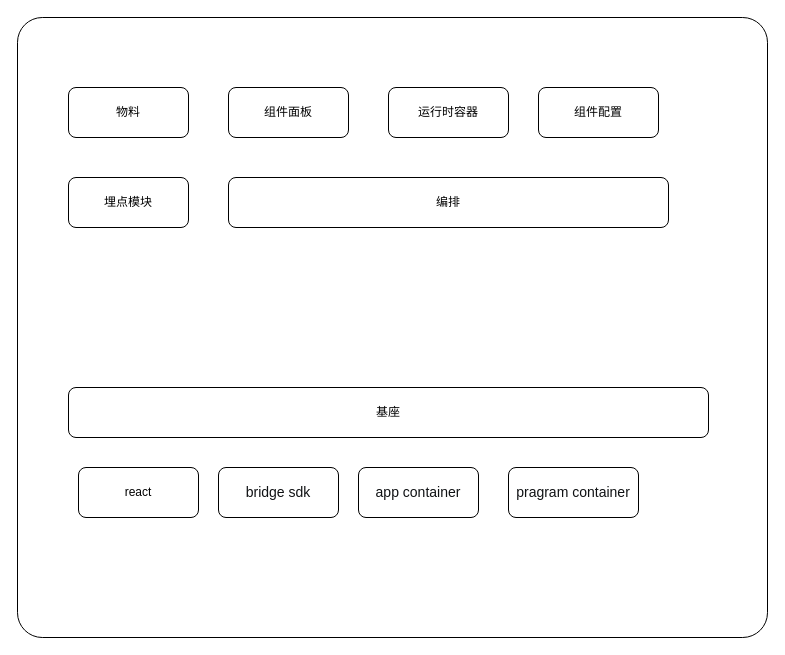
This is 未命名绘图.drawio from wt9213/wt9213.github.io, a draw.io file, before an edit. Source tidied: cells renumbered, new cells numbered last; positions are measured from the earlier drawing's top-left corner, leaving out a move shared by most shapes. Both pictures are drawn from the tidied source at 100%, with x=0, y=0 at pixel (17, 17).
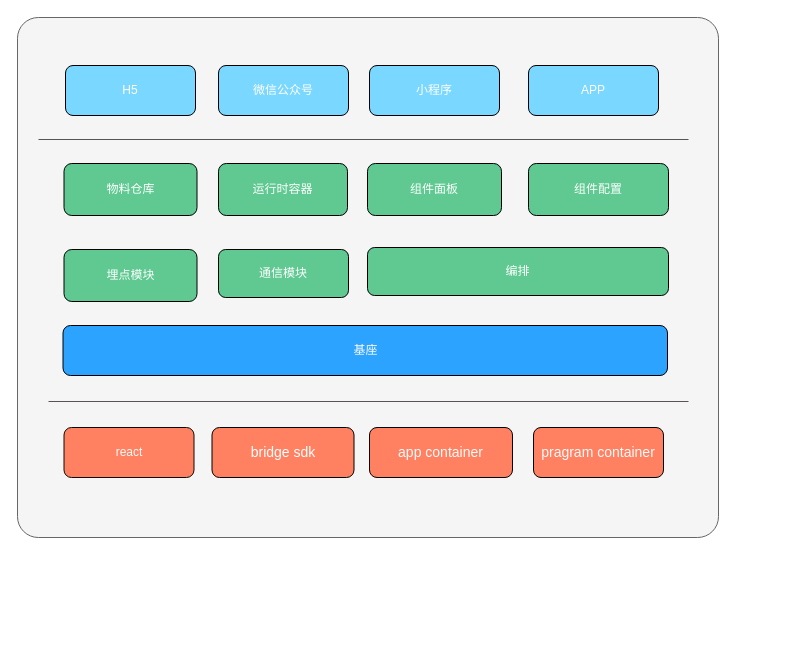
The same diagram, later.

Commit message:
更新未命名绘图.drawio

Diff of the diagram source:
```diff
@@
-    <mxCell id="2" style="whiteSpace=wrap;html=1;rounded=1;arcSize=4;" parent="1" vertex="1">
-      <mxGeometry width="750" height="620" as="geometry" />
+    <mxCell id="2" style="whiteSpace=wrap;html=1;rounded=1;arcSize=4;fillColor=#f5f5f5;strokeColor=#666666;fontColor=#333333;" parent="1" vertex="1">
+      <mxGeometry width="701" height="520" as="geometry" />
     </mxCell>
-    <mxCell id="3" value="物料" style="rounded=1;whiteSpace=wrap;html=1;" parent="1" vertex="1">
-      <mxGeometry x="51" y="70" width="120" height="50" as="geometry" />
+    <mxCell id="3" value="物料仓库" style="rounded=1;whiteSpace=wrap;html=1;fillColor=#5FC991;fontColor=#FFFFFF;" parent="1" vertex="1">
+      <mxGeometry x="46.5" y="146" width="133" height="52" as="geometry" />
     </mxCell>
-    <mxCell id="4" value="埋点模块" style="rounded=1;whiteSpace=wrap;html=1;" parent="1" vertex="1">
-      <mxGeometry x="51" y="160" width="120" height="50" as="geometry" />
+    <mxCell id="4" value="&lt;font color=&quot;#ffffff&quot;&gt;埋点模块&lt;/font&gt;" style="rounded=1;whiteSpace=wrap;html=1;fillColor=#5FC991;" parent="1" vertex="1">
+      <mxGeometry x="46.5" y="232" width="133" height="52" as="geometry" />
     </mxCell>
-    <mxCell id="5" value="编排" style="rounded=1;whiteSpace=wrap;html=1;" parent="1" vertex="1">
-      <mxGeometry x="211" y="160" width="440" height="50" as="geometry" />
+    <mxCell id="5" value="&lt;font color=&quot;#ffffff&quot;&gt;编排&lt;/font&gt;" style="rounded=1;whiteSpace=wrap;html=1;fillColor=#5FC991;" parent="1" vertex="1">
+      <mxGeometry x="350" y="230" width="301" height="48" as="geometry" />
     </mxCell>
-    <mxCell id="6" value="基座" style="rounded=1;whiteSpace=wrap;html=1;" parent="1" vertex="1">
-      <mxGeometry x="51" y="370" width="640" height="50" as="geometry" />
+    <mxCell id="6" value="基座" style="rounded=1;whiteSpace=wrap;html=1;fillColor=#2BA3FF;fontColor=#FFFAFA;" parent="1" vertex="1">
+      <mxGeometry x="45.5" y="308" width="604.5" height="50" as="geometry" />
     </mxCell>
-    <mxCell id="7" value="react" style="rounded=1;whiteSpace=wrap;html=1;" parent="1" vertex="1">
-      <mxGeometry x="61" y="450" width="120" height="50" as="geometry" />
+    <mxCell id="7" value="&lt;font color=&quot;#fffafa&quot;&gt;react&lt;/font&gt;" style="rounded=1;whiteSpace=wrap;html=1;strokeColor=#0D0A04;fillColor=#FF8161;" parent="1" vertex="1">
+      <mxGeometry x="46.5" y="410" width="130" height="50" as="geometry" />
     </mxCell>
-    <mxCell id="8" value="&lt;span style=&quot;background-color: rgb(255, 255, 255); color: rgb(16, 18, 20); font-family: &amp;quot;PingFang SC&amp;quot;; font-size: 10.5pt; letter-spacing: 0pt; text-align: left;&quot;&gt;bridge sdk&lt;/span&gt;" style="rounded=1;whiteSpace=wrap;html=1;" parent="1" vertex="1">
-      <mxGeometry x="201" y="450" width="120" height="50" as="geometry" />
+    <mxCell id="8" value="&lt;span style=&quot;font-family: &amp;quot;PingFang SC&amp;quot;; font-size: 10.5pt; letter-spacing: 0pt; text-align: left;&quot;&gt;&lt;font color=&quot;#ffffff&quot;&gt;bridge sdk&lt;/font&gt;&lt;/span&gt;" style="rounded=1;whiteSpace=wrap;html=1;fillColor=#FF8161;" parent="1" vertex="1">
+      <mxGeometry x="194.5" y="410" width="142" height="50" as="geometry" />
     </mxCell>
-    <mxCell id="9" value="&lt;div style=&quot;text-align: left;&quot;&gt;&lt;font face=&quot;PingFang SC&quot; color=&quot;#101214&quot;&gt;&lt;span style=&quot;font-size: 14px; background-color: rgb(255, 255, 255);&quot;&gt;app container&lt;/span&gt;&lt;/font&gt;&lt;/div&gt;" style="rounded=1;whiteSpace=wrap;html=1;" parent="1" vertex="1">
-      <mxGeometry x="341" y="450" width="120" height="50" as="geometry" />
+    <mxCell id="9" value="&lt;div style=&quot;text-align: left;&quot;&gt;&lt;font color=&quot;#fffafa&quot; face=&quot;PingFang SC&quot;&gt;&lt;span style=&quot;font-size: 14px;&quot;&gt;app container&lt;/span&gt;&lt;/font&gt;&lt;/div&gt;" style="rounded=1;whiteSpace=wrap;html=1;fillColor=#FF8161;" parent="1" vertex="1">
+      <mxGeometry x="352" y="410" width="143" height="50" as="geometry" />
     </mxCell>
-    <mxCell id="10" value="&lt;div style=&quot;text-align: left;&quot;&gt;&lt;font face=&quot;PingFang SC&quot; color=&quot;#101214&quot;&gt;&lt;span style=&quot;font-size: 14px; background-color: rgb(255, 255, 255);&quot;&gt;pragram container&lt;/span&gt;&lt;/font&gt;&lt;/div&gt;" style="rounded=1;whiteSpace=wrap;html=1;" parent="1" vertex="1">
-      <mxGeometry x="491" y="450" width="130" height="50" as="geometry" />
+    <mxCell id="10" value="&lt;div style=&quot;text-align: left;&quot;&gt;&lt;font face=&quot;PingFang SC&quot;&gt;&lt;span style=&quot;font-size: 14px;&quot;&gt;pragram container&lt;/span&gt;&lt;/font&gt;&lt;/div&gt;" style="rounded=1;whiteSpace=wrap;html=1;fillColor=#FF8161;fontColor=#FFFAFA;" parent="1" vertex="1">
+      <mxGeometry x="516" y="410" width="130" height="50" as="geometry" />
     </mxCell>
-    <mxCell id="11" value="组件面板" style="rounded=1;whiteSpace=wrap;html=1;" parent="1" vertex="1">
-      <mxGeometry x="211" y="70" width="120" height="50" as="geometry" />
+    <mxCell id="11" value="&lt;font color=&quot;#ffffff&quot;&gt;组件面板&lt;/font&gt;" style="rounded=1;whiteSpace=wrap;html=1;fillColor=#5FC991;" parent="1" vertex="1">
+      <mxGeometry x="350" y="146" width="134" height="52" as="geometry" />
     </mxCell>
-    <mxCell id="12" value="运行时容器" style="rounded=1;whiteSpace=wrap;html=1;" parent="1" vertex="1">
-      <mxGeometry x="371" y="70" width="120" height="50" as="geometry" />
+    <mxCell id="12" value="&lt;font color=&quot;#ffffff&quot;&gt;运行时容器&lt;/font&gt;" style="rounded=1;whiteSpace=wrap;html=1;fillColor=#5FC991;" parent="1" vertex="1">
+      <mxGeometry x="201" y="146" width="129" height="52" as="geometry" />
     </mxCell>
-    <mxCell id="13" value="组件配置" style="rounded=1;whiteSpace=wrap;html=1;" parent="1" vertex="1">
-      <mxGeometry x="521" y="70" width="120" height="50" as="geometry" />
+    <mxCell id="13" value="&lt;font color=&quot;#ffffff&quot;&gt;组件配置&lt;/font&gt;" style="rounded=1;whiteSpace=wrap;html=1;fillColor=#5FC991;" parent="1" vertex="1">
+      <mxGeometry x="511" y="146" width="140" height="52" as="geometry" />
     </mxCell>
+    <mxCell id="14" value="H5" style="rounded=1;whiteSpace=wrap;html=1;fillColor=#7AD7FF;fontColor=#FFFEF5;" parent="1" vertex="1">
+      <mxGeometry x="48" y="48" width="130" height="50" as="geometry" />
+    </mxCell>
+    <mxCell id="15" value="微信公众号" style="rounded=1;whiteSpace=wrap;html=1;fillColor=#7AD7FF;fontColor=#FFFFFF;" parent="1" vertex="1">
+      <mxGeometry x="201" y="48" width="130" height="50" as="geometry" />
+    </mxCell>
+    <mxCell id="16" value="&lt;font&gt;小程序&lt;/font&gt;" style="rounded=1;whiteSpace=wrap;html=1;fillColor=#7AD7FF;fontColor=#FFFFFF;" parent="1" vertex="1">
+      <mxGeometry x="352" y="48" width="130" height="50" as="geometry" />
+    </mxCell>
+    <mxCell id="17" value="&lt;font color=&quot;#ffffff&quot;&gt;APP&lt;/font&gt;" style="rounded=1;whiteSpace=wrap;html=1;fillColor=#7AD7FF;" parent="1" vertex="1">
+      <mxGeometry x="511" y="48" width="130" height="50" as="geometry" />
+    </mxCell>
+    <mxCell id="18" value="&lt;font color=&quot;#ffffff&quot;&gt;通信模块&lt;/font&gt;" style="rounded=1;whiteSpace=wrap;html=1;fillColor=#5FC991;" parent="1" vertex="1">
+      <mxGeometry x="201" y="232" width="130" height="48" as="geometry" />
+    </mxCell>
+    <mxCell id="19" style="endArrow=none;html=1;rounded=0;strokeColor=#595353;" parent="1" edge="1">
+      <mxGeometry relative="1" as="geometry">
+        <mxPoint x="671" y="122" as="sourcePoint" />
+        <mxPoint x="21" y="122" as="targetPoint" />
+      </mxGeometry>
+    </mxCell>
+    <mxCell id="20" style="endArrow=none;html=1;rounded=0;strokeColor=#595353;" parent="1" edge="1">
+      <mxGeometry relative="1" as="geometry">
+        <mxPoint x="671" y="384" as="sourcePoint" />
+        <mxPoint x="31" y="384" as="targetPoint" />
+      </mxGeometry>
+    </mxCell>
```
